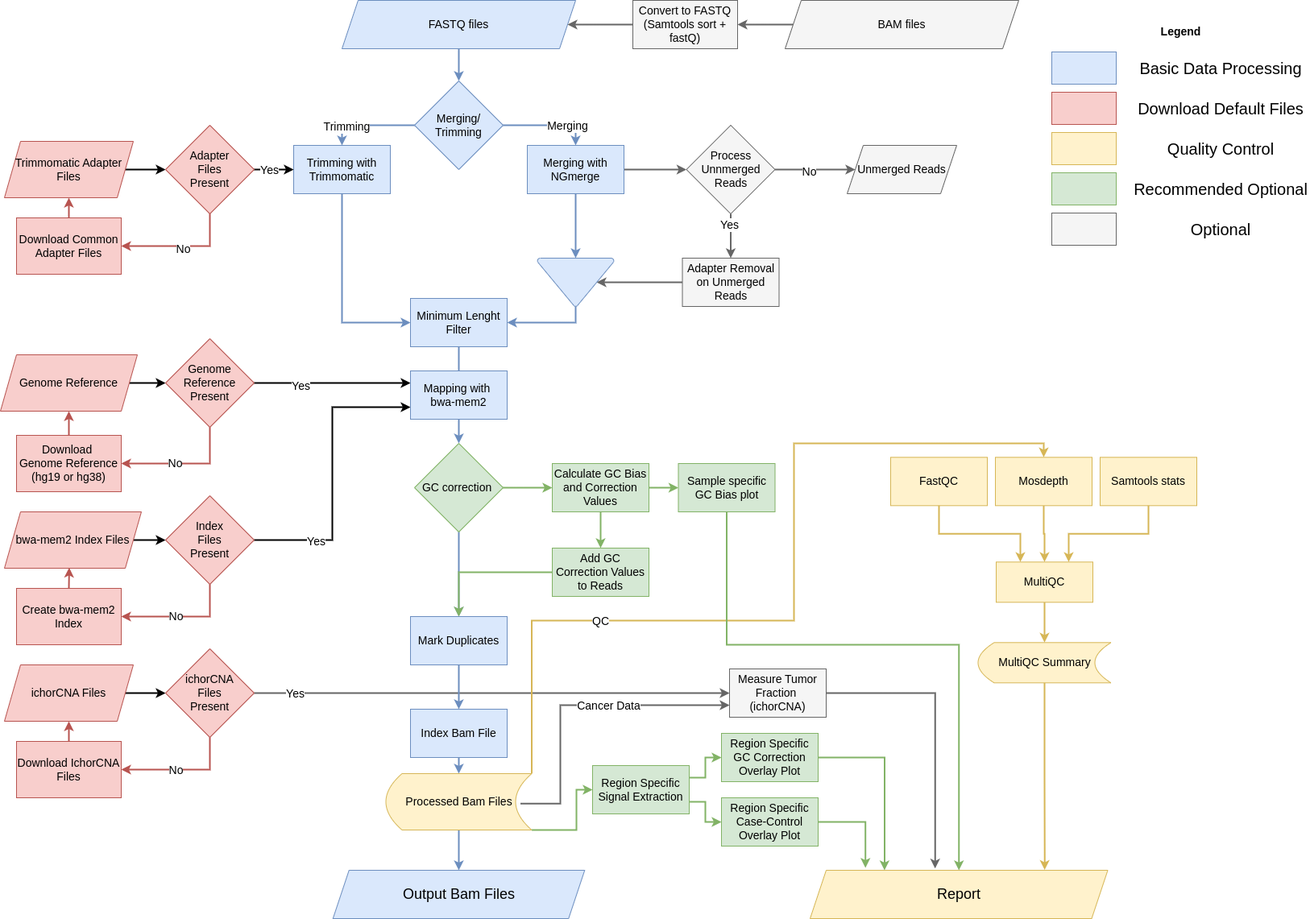
Above: supplement/cfDNA_unified_preprocessing_overview.png in kircherlab/cfDNA-UniFlow (draw.io), before the change. Source tidied: cells renumbered, new cells last; positions are measured from the earlier drawing's top-left corner, leaving out a move shared by most shapes.
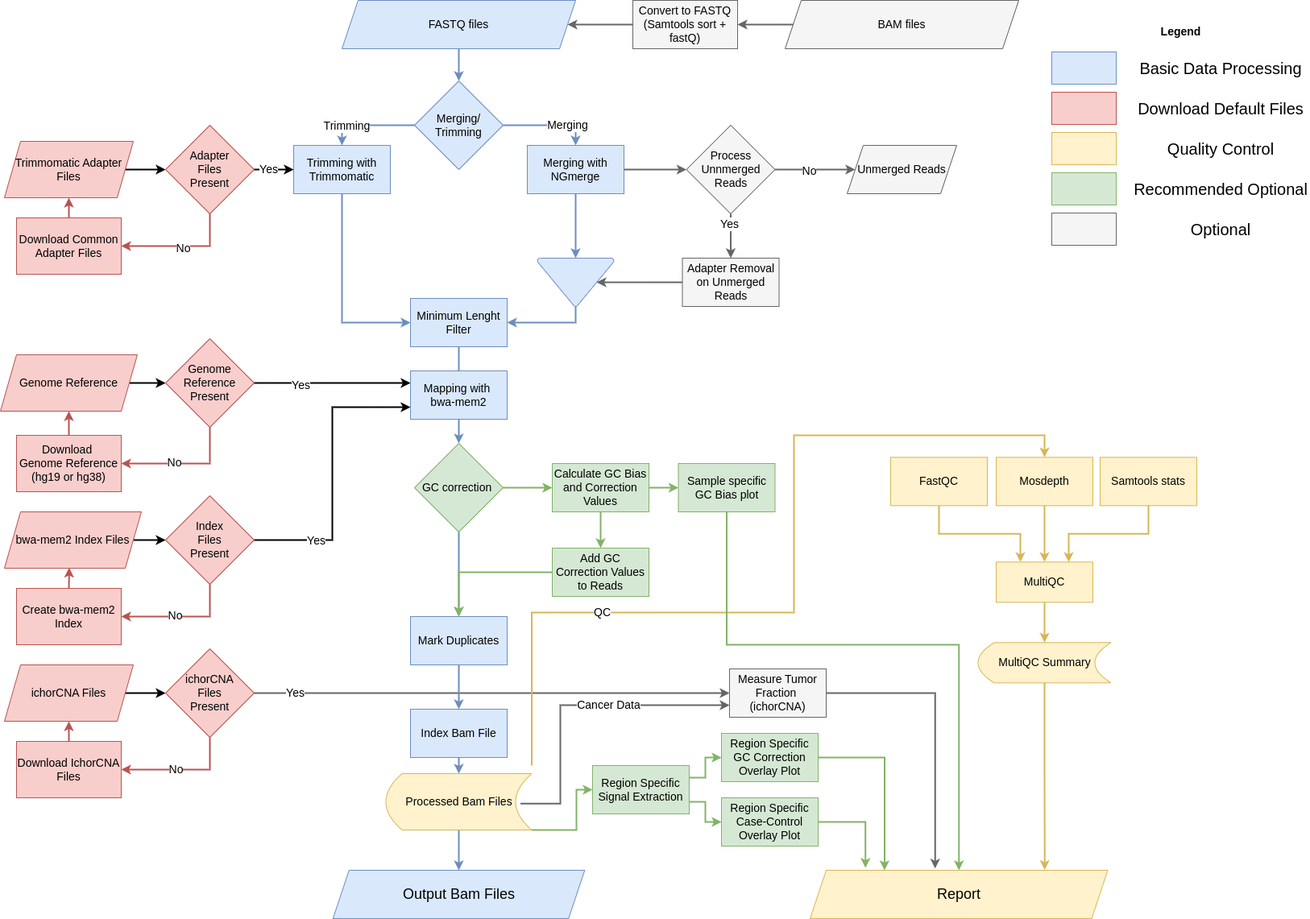
After the commit.

Commit message:
doc: fix fig S1 alignment

Diff of the diagram source:
```diff
@@ -15,13 +15,14 @@
         <mxPoint x="-22" y="-2" as="offset" />
       </mxGeometry>
     </mxCell>
-    <mxCell id="4" style="edgeStyle=orthogonalEdgeStyle;rounded=0;jettySize=auto;html=1;strokeWidth=2;entryX=0.5;entryY=0;entryDx=0;entryDy=0;fillColor=#fff2cc;strokeColor=#d6b656;fontSize=14;exitX=1;exitY=0;exitDx=0;exitDy=0;" parent="1" edge="1" source="113" target="81">
+    <mxCell id="4" style="edgeStyle=orthogonalEdgeStyle;rounded=0;jettySize=auto;html=1;strokeWidth=2;entryX=0.5;entryY=0;entryDx=0;entryDy=0;fillColor=#fff2cc;strokeColor=#d6b656;fontSize=14;exitX=1;exitY=0;exitDx=0;exitDy=0;" parent="1" edge="1" target="81">
       <mxGeometry relative="1" as="geometry">
+        <mxPoint x="659.5" y="950" as="sourcePoint" />
         <Array as="points">
-          <mxPoint x="660" y="770" />
-          <mxPoint x="985" y="770" />
-          <mxPoint x="985" y="550" />
-          <mxPoint x="1295" y="550" />
+          <mxPoint x="659" y="760" />
+          <mxPoint x="985" y="760" />
+          <mxPoint x="985" y="540" />
+          <mxPoint x="1296" y="540" />
         </Array>
       </mxGeometry>
     </mxCell>
@@ -271,7 +272,7 @@
       <mxGeometry relative="1" as="geometry" />
     </mxCell>
     <mxCell id="81" value="Mosdepth" style="rounded=0;whiteSpace=wrap;html=1;strokeWidth=1;fillColor=#fff2cc;strokeColor=#d6b656;fontSize=14;" parent="1" vertex="1">
-      <mxGeometry x="1235" y="567.3" width="120" height="60" as="geometry" />
+      <mxGeometry x="1236" y="567.3" width="120" height="60" as="geometry" />
     </mxCell>
     <mxCell id="82" style="edgeStyle=orthogonalEdgeStyle;rounded=0;jettySize=auto;html=1;exitX=0.5;exitY=1;exitDx=0;exitDy=0;entryX=0.25;entryY=0;entryDx=0;entryDy=0;strokeWidth=2;fontSize=14;fillColor=#fff2cc;strokeColor=#d6b656;" parent="1" edge="1" source="83" target="79">
       <mxGeometry relative="1" as="geometry" />
```
